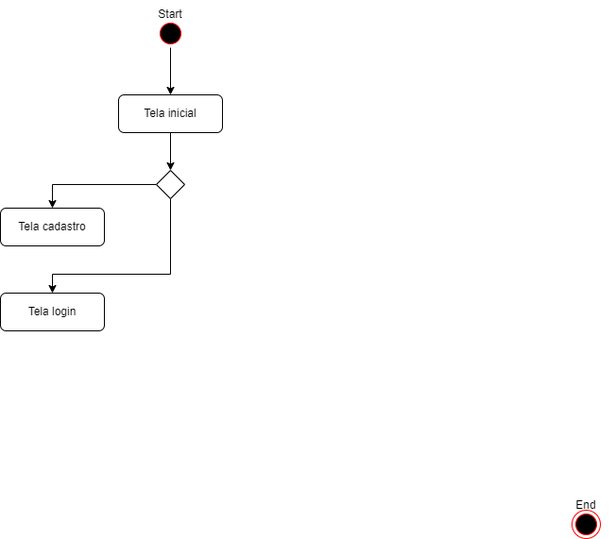
Above: diagramaAtividades/atividadeSistema.drawio.png in EijiDogen/BrainForHire (draw.io), before the change. Source tidied: cells renumbered, new cells last; positions are measured from the earlier drawing's top-left corner, leaving out a move shared by most shapes.
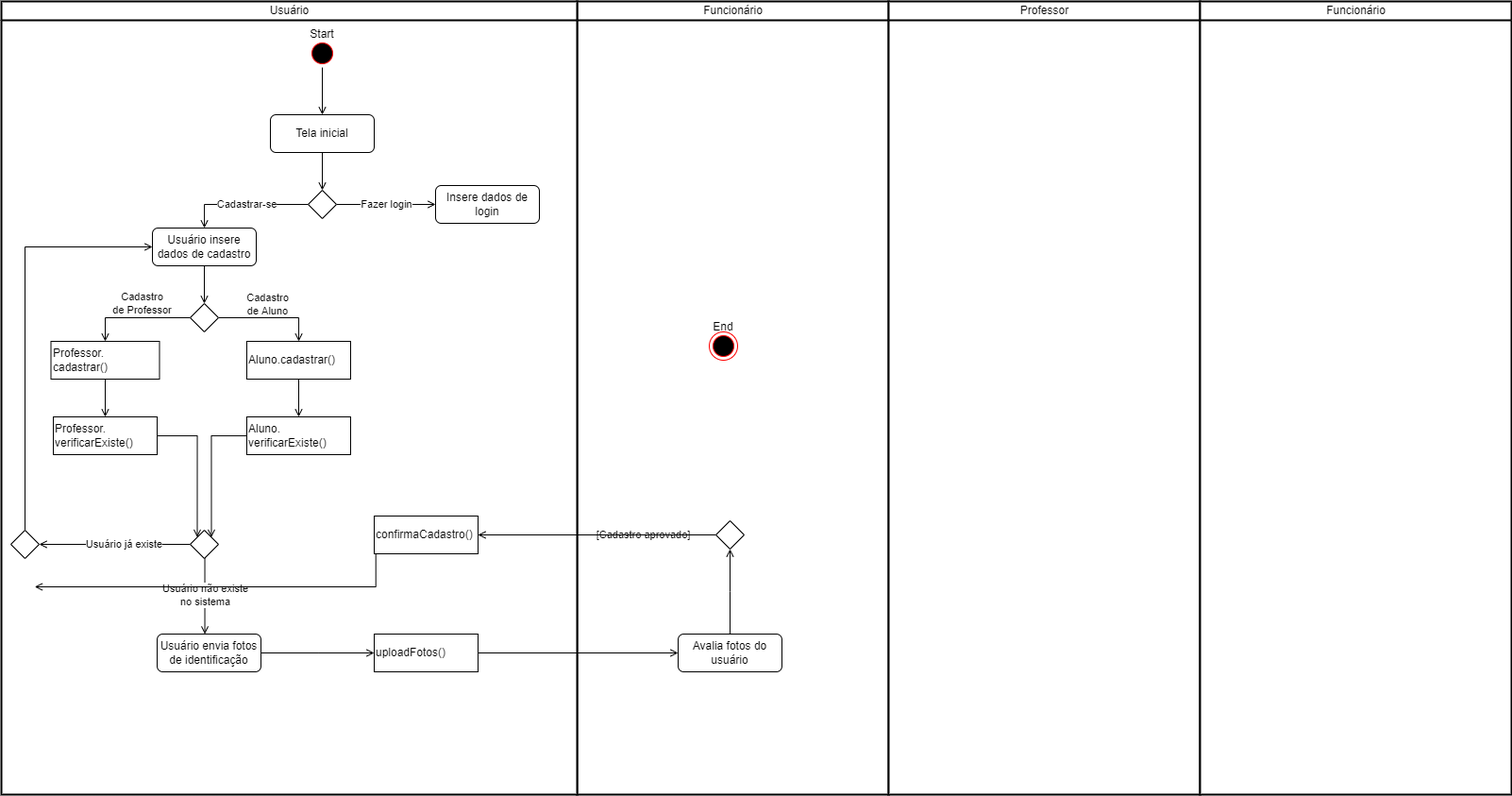
Later version of the same file.

Change to the diagram source:
```diff
@@ -1,51 +1,163 @@
 <mxGraphModel>
   <root>
     <mxCell id="0" />
+    <mxCell id="14" value="Lanes" parent="0" />
+    <mxCell id="15" value="Funcionário" style="swimlane;html=1;startSize=20;fontStyle=0;horizontal=1;swimlaneLine=1;strokeWidth=2;swimlaneFillColor=#ffffff;" parent="14" vertex="1">
+      <mxGeometry x="450" y="-20" width="330" height="840" as="geometry" />
+    </mxCell>
+    <mxCell id="16" value="Professor" style="swimlane;html=1;startSize=20;fontStyle=0;horizontal=1;swimlaneLine=1;strokeWidth=2;swimlaneFillColor=#ffffff;" parent="14" vertex="1">
+      <mxGeometry x="780" y="-20" width="330" height="840" as="geometry" />
+    </mxCell>
+    <mxCell id="17" value="Usuário" style="swimlane;html=1;startSize=20;fontStyle=0;horizontal=1;swimlaneLine=1;strokeWidth=2;swimlaneFillColor=#ffffff;" parent="14" vertex="1">
+      <mxGeometry x="-160" y="-20" width="610" height="840" as="geometry" />
+    </mxCell>
+    <mxCell id="18" value="Funcionário" style="swimlane;html=1;startSize=20;fontStyle=0;horizontal=1;swimlaneLine=1;strokeWidth=2;swimlaneFillColor=#ffffff;" parent="14" vertex="1">
+      <mxGeometry x="1110" y="-20" width="330" height="840" as="geometry" />
+    </mxCell>
     <mxCell id="1" value="Atividades" parent="0" />
-    <mxCell id="2" style="edgeStyle=orthogonalEdgeStyle;rounded=0;jettySize=auto;html=1;" parent="1" edge="1" source="3" target="13">
+    <mxCell id="2" style="edgeStyle=orthogonalEdgeStyle;rounded=0;jettySize=auto;html=1;endArrow=open;endFill=0;" parent="1" edge="1" source="3" target="13">
       <mxGeometry relative="1" as="geometry" />
     </mxCell>
     <mxCell id="3" value="Tela inicial" style="rounded=1;whiteSpace=wrap;html=1;" parent="1" vertex="1">
       <mxGeometry x="125" y="100" width="110" height="40" as="geometry" />
     </mxCell>
-    <mxCell id="4" style="edgeStyle=orthogonalEdgeStyle;rounded=0;jettySize=auto;html=1;" parent="1" edge="1" source="5" target="3">
+    <mxCell id="4" style="edgeStyle=orthogonalEdgeStyle;rounded=0;jettySize=auto;html=1;endArrow=open;endFill=0;" parent="1" edge="1" source="5" target="3">
       <mxGeometry relative="1" as="geometry" />
     </mxCell>
     <mxCell id="5" style="ellipse;html=1;shape=startState;fillColor=#000000;strokeColor=#ff0000;" parent="1" vertex="1">
       <mxGeometry x="165" y="20" width="30" height="30" as="geometry" />
     </mxCell>
     <mxCell id="6" style="ellipse;html=1;shape=endState;fillColor=#000000;strokeColor=#ff0000;" parent="1" vertex="1">
-      <mxGeometry x="605" y="540" width="30" height="30" as="geometry" />
+      <mxGeometry x="590" y="330" width="30" height="30" as="geometry" />
     </mxCell>
     <mxCell id="7" value="Start" style="text;html=1;strokeColor=none;fillColor=none;align=center;verticalAlign=middle;whiteSpace=wrap;rounded=0;" parent="1" vertex="1">
       <mxGeometry x="150" width="60" height="30" as="geometry" />
     </mxCell>
     <mxCell id="8" value="End" style="text;html=1;strokeColor=none;fillColor=none;align=center;verticalAlign=middle;whiteSpace=wrap;rounded=0;" parent="1" vertex="1">
-      <mxGeometry x="590" y="520" width="60" height="30" as="geometry" />
+      <mxGeometry x="575" y="310" width="60" height="30" as="geometry" />
     </mxCell>
+    <mxCell id="19" style="edgeStyle=orthogonalEdgeStyle;rounded=0;jettySize=auto;html=1;endArrow=open;endFill=0;" parent="1" edge="1" source="9" target="30">
+      <mxGeometry relative="1" as="geometry" />
+    </mxCell>
-    <mxCell id="9" value="Tela cadastro" style="rounded=1;whiteSpace=wrap;html=1;" parent="1" vertex="1">
+    <mxCell id="9" value="Usuário insere dados de cadastro" style="rounded=1;whiteSpace=wrap;html=1;" parent="1" vertex="1">
       <mxGeometry y="220" width="110" height="40" as="geometry" />
     </mxCell>
-    <mxCell id="10" value="Tela login" style="rounded=1;whiteSpace=wrap;html=1;" parent="1" vertex="1">
-      <mxGeometry y="310" width="110" height="40" as="geometry" />
+    <mxCell id="10" value="Insere dados de login" style="rounded=1;whiteSpace=wrap;html=1;" parent="1" vertex="1">
+      <mxGeometry x="300" y="175" width="110" height="40" as="geometry" />
     </mxCell>
-    <mxCell id="11" style="edgeStyle=orthogonalEdgeStyle;rounded=0;jettySize=auto;html=1;" parent="1" edge="1" source="13" target="9">
-      <mxGeometry relative="1" as="geometry">
+    <mxCell id="11" value="Cadastrar-se" style="edgeStyle=orthogonalEdgeStyle;rounded=0;jettySize=auto;html=1;endArrow=open;endFill=0;" parent="1" edge="1" source="13" target="9">
+      <mxGeometry x="-0.04" relative="1" as="geometry">
         <Array as="points">
           <mxPoint x="55" y="195" />
         </Array>
       </mxGeometry>
     </mxCell>
-    <mxCell id="12" style="edgeStyle=orthogonalEdgeStyle;rounded=0;jettySize=auto;html=1;" parent="1" edge="1" source="13" target="10">
+    <mxCell id="12" value="Fazer login" style="edgeStyle=elbowEdgeStyle;rounded=0;jettySize=auto;html=1;endArrow=open;endFill=0;" parent="1" edge="1" source="13" target="10">
       <mxGeometry relative="1" as="geometry">
-        <Array as="points">
-          <mxPoint x="180" y="290" />
-          <mxPoint x="55" y="290" />
-        </Array>
+        <mxPoint x="1" as="offset" />
       </mxGeometry>
     </mxCell>
     <mxCell id="13" style="rhombus;" parent="1" vertex="1">
       <mxGeometry x="165" y="180" width="30" height="30" as="geometry" />
     </mxCell>
+    <mxCell id="20" value="Usuário já existe" style="edgeStyle=elbowEdgeStyle;rounded=0;jettySize=auto;html=1;endArrow=open;endFill=0;" parent="1" edge="1" source="22" target="46">
+      <mxGeometry x="-0.12" relative="1" as="geometry">
+        <Array as="points">
+          <mxPoint x="-30" y="555" />
+          <mxPoint x="-130" y="520" />
+          <mxPoint x="230" y="390" />
+        </Array>
+        <mxPoint x="1" as="offset" />
+      </mxGeometry>
+    </mxCell>
+    <mxCell id="21" value="Usuário não existe&lt;br&gt;no sistema" style="edgeStyle=elbowEdgeStyle;rounded=0;jettySize=auto;html=1;endArrow=open;endFill=0;" parent="1" edge="1" source="22" target="36">
+      <mxGeometry relative="1" as="geometry" />
+    </mxCell>
+    <mxCell id="22" style="rhombus;" parent="1" vertex="1">
+      <mxGeometry x="40" y="540" width="30" height="30" as="geometry" />
+    </mxCell>
+    <mxCell id="23" style="edgeStyle=orthogonalEdgeStyle;rounded=0;jettySize=auto;html=1;endArrow=open;endFill=0;" parent="1" edge="1" source="24" target="26">
+      <mxGeometry relative="1" as="geometry" />
+    </mxCell>
+    <mxCell id="24" value="Aluno.cadastrar()" style="rounded=0;whiteSpace=wrap;html=1;align=left;" parent="1" vertex="1">
+      <mxGeometry x="100" y="340" width="110" height="40" as="geometry" />
+    </mxCell>
+    <mxCell id="25" style="edgeStyle=orthogonalEdgeStyle;rounded=0;jettySize=auto;html=1;entryX=1;entryY=0;entryDx=0;entryDy=0;endArrow=open;endFill=0;" parent="1" edge="1" source="26" target="22">
+      <mxGeometry relative="1" as="geometry" />
+    </mxCell>
+    <mxCell id="26" value="Aluno.&lt;br&gt;verificarExiste()" style="rounded=0;whiteSpace=wrap;html=1;align=left;" parent="1" vertex="1">
+      <mxGeometry x="100" y="420" width="110" height="40" as="geometry" />
+    </mxCell>
+    <mxCell id="27" style="edgeStyle=orthogonalEdgeStyle;rounded=0;jettySize=auto;html=1;endArrow=open;endFill=0;" parent="1" edge="1" source="30" target="24">
+      <mxGeometry relative="1" as="geometry" />
+    </mxCell>
+    <mxCell id="28" value="Cadastro&lt;br&gt;de Aluno" style="edgeLabel;html=1;align=center;verticalAlign=middle;" parent="27" vertex="1">
+      <mxGeometry x="-0.06" y="3" relative="1" as="geometry">
+        <mxPoint y="-12" as="offset" />
+      </mxGeometry>
+    </mxCell>
+    <mxCell id="29" value="Cadastro&lt;br&gt;de Professor" style="edgeStyle=orthogonalEdgeStyle;rounded=0;jettySize=auto;html=1;endArrow=open;endFill=0;" parent="1" edge="1" source="30" target="32">
+      <mxGeometry x="-0.13" y="-15" relative="1" as="geometry" />
+    </mxCell>
+    <mxCell id="30" style="rhombus;" parent="1" vertex="1">
+      <mxGeometry x="40" y="300" width="30" height="30" as="geometry" />
+    </mxCell>
+    <mxCell id="31" style="edgeStyle=orthogonalEdgeStyle;rounded=0;jettySize=auto;html=1;endArrow=open;endFill=0;" parent="1" edge="1" source="32" target="34">
+      <mxGeometry relative="1" as="geometry" />
+    </mxCell>
+    <mxCell id="32" value="Professor.&lt;br&gt;cadastrar()" style="rounded=0;whiteSpace=wrap;html=1;align=left;" parent="1" vertex="1">
+      <mxGeometry x="-107.5" y="340" width="115" height="40" as="geometry" />
+    </mxCell>
+    <mxCell id="33" style="edgeStyle=orthogonalEdgeStyle;rounded=0;jettySize=auto;html=1;entryX=0;entryY=0;entryDx=0;entryDy=0;endArrow=open;endFill=0;" parent="1" edge="1" source="34" target="22">
+      <mxGeometry relative="1" as="geometry" />
+    </mxCell>
+    <mxCell id="34" value="Professor.&lt;br&gt;verificarExiste()" style="rounded=0;whiteSpace=wrap;html=1;align=left;" parent="1" vertex="1">
+      <mxGeometry x="-105" y="420" width="110" height="40" as="geometry" />
+    </mxCell>
+    <mxCell id="35" style="edgeStyle=elbowEdgeStyle;rounded=0;jettySize=auto;html=1;endArrow=open;endFill=0;" parent="1" edge="1" source="36" target="38">
+      <mxGeometry relative="1" as="geometry" />
+    </mxCell>
+    <mxCell id="36" value="Usuário envia fotos de identificação" style="rounded=1;whiteSpace=wrap;html=1;" parent="1" vertex="1">
+      <mxGeometry x="5" y="650" width="110" height="40" as="geometry" />
+    </mxCell>
+    <mxCell id="37" style="edgeStyle=elbowEdgeStyle;rounded=0;jettySize=auto;html=1;endArrow=open;endFill=0;" parent="1" edge="1" source="38" target="43">
+      <mxGeometry relative="1" as="geometry" />
+    </mxCell>
+    <mxCell id="38" value="uploadFotos()" style="rounded=0;whiteSpace=wrap;html=1;align=left;" parent="1" vertex="1">
+      <mxGeometry x="235" y="650" width="110" height="40" as="geometry" />
+    </mxCell>
+    <mxCell id="39" value="[Cadastro aprovado]" style="edgeStyle=elbowEdgeStyle;rounded=0;jettySize=auto;html=1;endArrow=open;endFill=0;" parent="1" edge="1" source="41" target="44">
+      <mxGeometry x="-0.39" relative="1" as="geometry">
+        <mxPoint x="-1" as="offset" />
+      </mxGeometry>
+    </mxCell>
+    <mxCell id="40" style="edgeStyle=elbowEdgeStyle;rounded=0;jettySize=auto;html=1;endArrow=open;endFill=0;" parent="1" edge="1" source="41">
+      <mxGeometry relative="1" as="geometry">
+        <mxPoint x="-124.7" y="600" as="targetPoint" />
+      </mxGeometry>
+    </mxCell>
+    <mxCell id="41" style="rhombus;" parent="1" vertex="1">
+      <mxGeometry x="597" y="530" width="30" height="30" as="geometry" />
+    </mxCell>
+    <mxCell id="42" style="edgeStyle=elbowEdgeStyle;rounded=0;jettySize=auto;html=1;endArrow=open;endFill=0;" parent="1" edge="1" source="43" target="41">
+      <mxGeometry relative="1" as="geometry" />
+    </mxCell>
+    <mxCell id="43" value="Avalia fotos do usuário" style="rounded=1;whiteSpace=wrap;html=1;" parent="1" vertex="1">
+      <mxGeometry x="557" y="650" width="110" height="40" as="geometry" />
+    </mxCell>
+    <mxCell id="44" value="confirmaCadastro()" style="rounded=0;whiteSpace=wrap;html=1;align=left;" parent="1" vertex="1">
+      <mxGeometry x="235" y="525" width="110" height="40" as="geometry" />
+    </mxCell>
+    <mxCell id="45" style="edgeStyle=elbowEdgeStyle;rounded=0;jettySize=auto;html=1;endArrow=open;endFill=0;" parent="1" edge="1" source="46" target="9">
+      <mxGeometry relative="1" as="geometry">
+        <Array as="points">
+          <mxPoint x="-135" y="500" />
+          <mxPoint x="-125" y="470" />
+        </Array>
+      </mxGeometry>
+    </mxCell>
+    <mxCell id="46" style="rhombus;" parent="1" vertex="1">
+      <mxGeometry x="-150" y="540" width="30" height="30" as="geometry" />
+    </mxCell>
   </root>
 </mxGraphModel>
```
